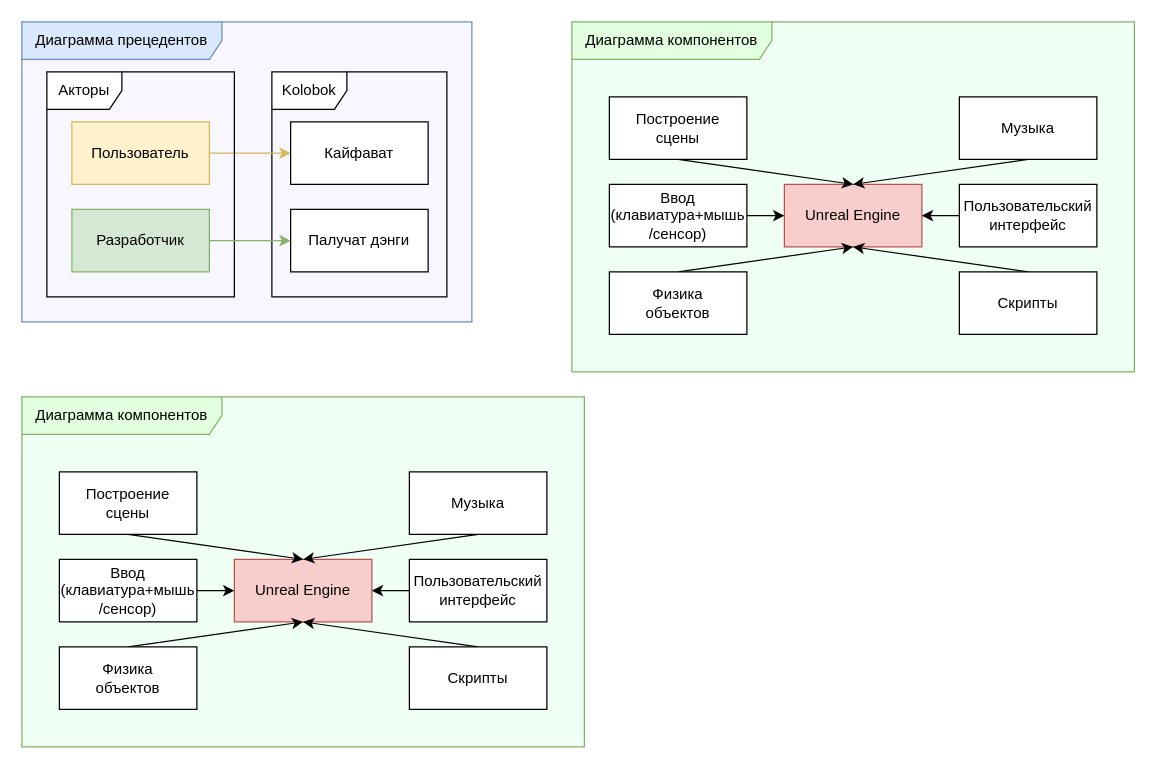
This is KolobokUML.drawio from ineedmypills/Kolobok, a draw.io file, before an edit. Source tidied: cells renumbered, new cells numbered last; positions are measured from the earlier drawing's top-left corner, leaving out a move shared by most shapes. Both pictures are drawn from the tidied source at 125%, with x=0, y=0 at pixel (21, 21).
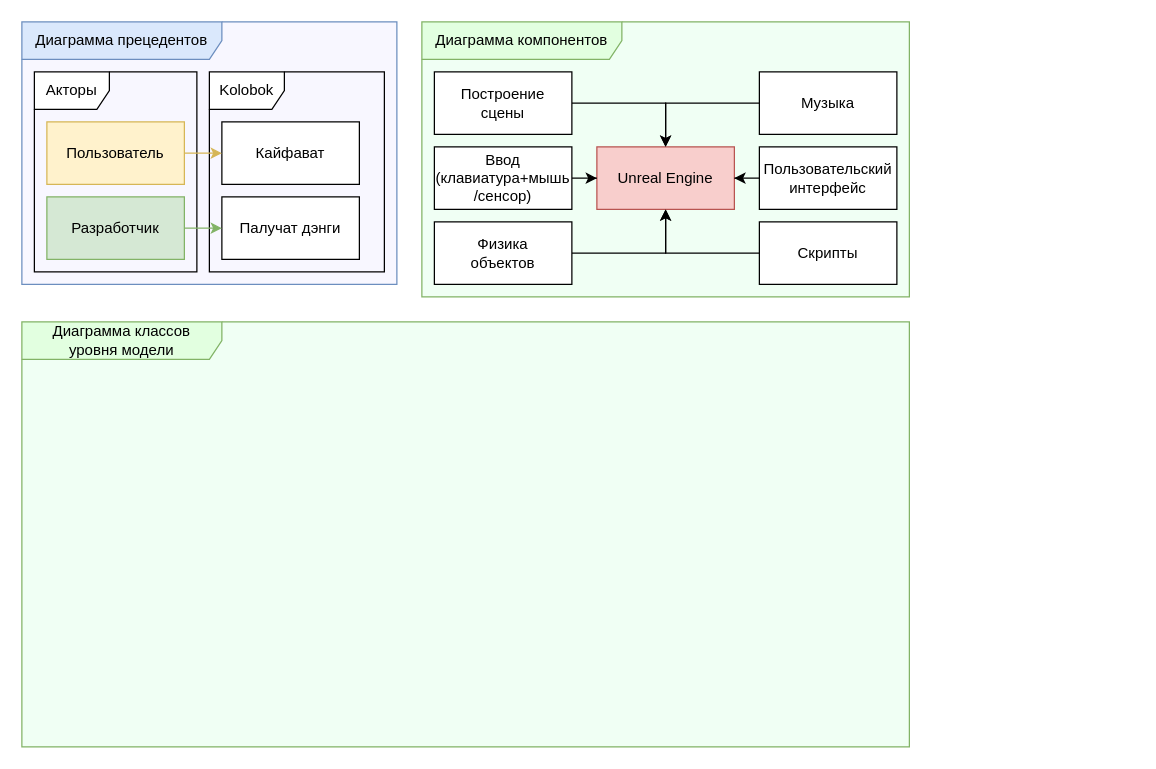
Above is the later version.

What changed in the source:
```diff
@@
     <mxCell id="2" value="Диаграмма&amp;nbsp;прецедентов" style="shape=umlFrame;whiteSpace=wrap;html=1;width=160;fillColor=#dae8fc;strokeColor=#6c8ebf;gradientColor=none;swimlaneFillColor=#F8F7FF;" parent="1" vertex="1">
-      <mxGeometry width="360" height="240" as="geometry" />
+      <mxGeometry width="300" height="210" as="geometry" />
     </mxCell>
     <mxCell id="3" value="Кайфават" style="html=1;whiteSpace=wrap;" parent="2" vertex="1">
-      <mxGeometry x="215" y="80" width="110" height="50" as="geometry" />
+      <mxGeometry x="160" y="80" width="110" height="50" as="geometry" />
     </mxCell>
     <mxCell id="4" value="Kolobok" style="shape=umlFrame;whiteSpace=wrap;html=1;" parent="2" vertex="1">
-      <mxGeometry x="200" y="40" width="140" height="180" as="geometry" />
+      <mxGeometry x="150" y="40" width="140" height="160" as="geometry" />
     </mxCell>
     <mxCell id="5" value="Палучат дэнги" style="html=1;whiteSpace=wrap;" parent="2" vertex="1">
-      <mxGeometry x="215" y="150" width="110" height="50" as="geometry" />
+      <mxGeometry x="160" y="140" width="110" height="50" as="geometry" />
     </mxCell>
+    <mxCell id="10" value="Акторы" style="shape=umlFrame;whiteSpace=wrap;html=1;" parent="2" vertex="1">
+      <mxGeometry x="10" y="40" width="130" height="160" as="geometry" />
+    </mxCell>
+    <mxCell id="7" value="Пользователь" style="html=1;whiteSpace=wrap;fillColor=#fff2cc;strokeColor=#d6b656;" parent="2" vertex="1">
+      <mxGeometry x="20" y="80" width="110" height="50" as="geometry" />
+    </mxCell>
+    <mxCell id="12" value="Разработчик" style="html=1;whiteSpace=wrap;fillColor=#d5e8d4;strokeColor=#82b366;" parent="2" vertex="1">
+      <mxGeometry x="20" y="140" width="110" height="50" as="geometry" />
+    </mxCell>
-    <mxCell id="6" style="edgeStyle=orthogonalEdgeStyle;rounded=0;jettySize=auto;html=1;entryX=0;entryY=0.5;entryDx=0;entryDy=0;curved=1;fillColor=#fff2cc;strokeColor=#d6b656;" parent="1" edge="1" source="7" target="3">
+    <mxCell id="6" style="edgeStyle=orthogonalEdgeStyle;rounded=0;jettySize=auto;html=1;entryX=0;entryY=0.5;entryDx=0;entryDy=0;curved=1;fillColor=#fff2cc;strokeColor=#d6b656;" parent="2" edge="1" source="7" target="3">
       <mxGeometry relative="1" as="geometry" />
     </mxCell>
-    <mxCell id="7" value="Пользователь" style="html=1;whiteSpace=wrap;fillColor=#fff2cc;strokeColor=#d6b656;" parent="1" vertex="1">
-      <mxGeometry x="40" y="80" width="110" height="50" as="geometry" />
-    </mxCell>
+    <mxCell id="11" style="edgeStyle=orthogonalEdgeStyle;rounded=0;jettySize=auto;html=1;exitX=1;exitY=0.5;exitDx=0;exitDy=0;entryX=0;entryY=0.5;entryDx=0;entryDy=0;fillColor=#d5e8d4;strokeColor=#82b366;" parent="2" edge="1" source="12" target="5">
+      <mxGeometry relative="1" as="geometry" />
+    </mxCell>
@@
-    <mxCell id="10" value="Акторы" style="shape=umlFrame;whiteSpace=wrap;html=1;" parent="1" vertex="1">
-      <mxGeometry x="20" y="40" width="150" height="180" as="geometry" />
-    </mxCell>
-    <mxCell id="11" style="edgeStyle=orthogonalEdgeStyle;rounded=0;jettySize=auto;html=1;exitX=1;exitY=0.5;exitDx=0;exitDy=0;entryX=0;entryY=0.5;entryDx=0;entryDy=0;fillColor=#d5e8d4;strokeColor=#82b366;" parent="1" edge="1" source="12" target="5">
-      <mxGeometry relative="1" as="geometry" />
-    </mxCell>
-    <mxCell id="12" value="Разработчик" style="html=1;whiteSpace=wrap;fillColor=#d5e8d4;strokeColor=#82b366;" parent="1" vertex="1">
-      <mxGeometry x="40" y="150" width="110" height="50" as="geometry" />
-    </mxCell>
     <mxCell id="13" value="Диаграмма&amp;nbsp;компонентов" style="shape=umlFrame;whiteSpace=wrap;html=1;width=160;fillColor=light-dark(#e2ffe0, #1f2f1e);strokeColor=#82b366;swimlaneFillColor=light-dark(#f0fff4, #111311);" parent="1" vertex="1">
-      <mxGeometry x="440" width="450" height="280" as="geometry" />
+      <mxGeometry x="320" width="390" height="220" as="geometry" />
     </mxCell>
     <mxCell id="14" value="Unreal Engine" style="html=1;whiteSpace=wrap;fillColor=#f8cecc;strokeColor=#b85450;" parent="13" vertex="1">
-      <mxGeometry x="170" y="130" width="110" height="50" as="geometry" />
+      <mxGeometry x="140" y="100" width="110" height="50" as="geometry" />
     </mxCell>
-    <mxCell id="15" style="edgeStyle=none;html=1;exitX=0.5;exitY=1;exitDx=0;exitDy=0;entryX=0.5;entryY=0;entryDx=0;entryDy=0;rounded=0;curved=0;" parent="13" edge="1" source="16" target="14">
+    <mxCell id="15" style="edgeStyle=orthogonalEdgeStyle;rounded=0;jettySize=auto;html=1;" parent="13" edge="1" source="16" target="14">
       <mxGeometry relative="1" as="geometry" />
     </mxCell>
     <mxCell id="16" value="Построение&lt;div&gt;сцены&lt;/div&gt;" style="html=1;whiteSpace=wrap;" parent="13" vertex="1">
-      <mxGeometry x="30" y="60" width="110" height="50" as="geometry" />
+      <mxGeometry x="10" y="40" width="110" height="50" as="geometry" />
     </mxCell>
-    <mxCell id="17" style="edgeStyle=none;html=1;exitX=0.5;exitY=1;exitDx=0;exitDy=0;entryX=0.5;entryY=0;entryDx=0;entryDy=0;rounded=0;curved=0;" parent="13" edge="1" source="18" target="14">
+    <mxCell id="17" style="edgeStyle=orthogonalEdgeStyle;rounded=0;jettySize=auto;html=1;" parent="13" edge="1" source="18" target="14">
       <mxGeometry relative="1" as="geometry" />
     </mxCell>
     <mxCell id="18" value="Музыка" style="html=1;whiteSpace=wrap;" parent="13" vertex="1">
-      <mxGeometry x="310" y="60" width="110" height="50" as="geometry" />
+      <mxGeometry x="270" y="40" width="110" height="50" as="geometry" />
     </mxCell>
-    <mxCell id="19" style="edgeStyle=none;html=1;exitX=0.5;exitY=0;exitDx=0;exitDy=0;entryX=0.5;entryY=1;entryDx=0;entryDy=0;" parent="13" edge="1" source="20" target="14">
+    <mxCell id="19" style="edgeStyle=orthogonalEdgeStyle;rounded=0;jettySize=auto;html=1;" parent="13" edge="1" source="20" target="14">
       <mxGeometry relative="1" as="geometry" />
     </mxCell>
     <mxCell id="20" value="Скрипты" style="html=1;whiteSpace=wrap;" parent="13" vertex="1">
-      <mxGeometry x="310" y="200" width="110" height="50" as="geometry" />
+      <mxGeometry x="270" y="160" width="110" height="50" as="geometry" />
     </mxCell>
-    <mxCell id="21" style="edgeStyle=none;html=1;exitX=0.5;exitY=0;exitDx=0;exitDy=0;entryX=0.5;entryY=1;entryDx=0;entryDy=0;" parent="13" edge="1" source="22" target="14">
+    <mxCell id="21" style="edgeStyle=orthogonalEdgeStyle;rounded=0;jettySize=auto;html=1;" parent="13" edge="1" source="22" target="14">
       <mxGeometry relative="1" as="geometry" />
     </mxCell>
     <mxCell id="22" value="Физика&lt;div&gt;объектов&lt;/div&gt;" style="html=1;whiteSpace=wrap;" parent="13" vertex="1">
-      <mxGeometry x="30" y="200" width="110" height="50" as="geometry" />
+      <mxGeometry x="10" y="160" width="110" height="50" as="geometry" />
     </mxCell>
-    <mxCell id="23" style="edgeStyle=none;html=1;exitX=1;exitY=0.5;exitDx=0;exitDy=0;entryX=0;entryY=0.5;entryDx=0;entryDy=0;" parent="13" edge="1" source="24" target="14">
+    <mxCell id="23" style="edgeStyle=orthogonalEdgeStyle;rounded=0;jettySize=auto;html=1;" parent="13" edge="1" source="24" target="14">
       <mxGeometry relative="1" as="geometry" />
     </mxCell>
     <mxCell id="24" value="Ввод (клавиатура+мышь&lt;div&gt;&lt;span style=&quot;background-color: transparent;&quot;&gt;/сенсор)&lt;/span&gt;&lt;/div&gt;" style="html=1;whiteSpace=wrap;" parent="13" vertex="1">
-      <mxGeometry x="30" y="130" width="110" height="50" as="geometry" />
+      <mxGeometry x="10" y="100" width="110" height="50" as="geometry" />
     </mxCell>
-    <mxCell id="25" style="edgeStyle=none;html=1;exitX=0;exitY=0.5;exitDx=0;exitDy=0;entryX=1;entryY=0.5;entryDx=0;entryDy=0;" parent="13" edge="1" source="26" target="14">
+    <mxCell id="25" style="edgeStyle=orthogonalEdgeStyle;rounded=0;jettySize=auto;html=1;" parent="13" edge="1" source="26" target="14">
       <mxGeometry relative="1" as="geometry" />
     </mxCell>
     <mxCell id="26" value="Пользовательский&lt;div&gt;интерфейс&lt;/div&gt;" style="html=1;whiteSpace=wrap;" parent="13" vertex="1">
-      <mxGeometry x="310" y="130" width="110" height="50" as="geometry" />
+      <mxGeometry x="270" y="100" width="110" height="50" as="geometry" />
     </mxCell>
-    <mxCell id="27" value="Диаграмма&amp;nbsp;компонентов" style="shape=umlFrame;whiteSpace=wrap;html=1;width=160;fillColor=light-dark(#e2ffe0, #1f2f1e);strokeColor=#82b366;swimlaneFillColor=light-dark(#f0fff4, #111311);" parent="1" vertex="1">
-      <mxGeometry y="300" width="450" height="280" as="geometry" />
+    <mxCell id="27" value="Диаграмма классов&lt;div&gt;уровня модели&lt;/div&gt;" style="shape=umlFrame;whiteSpace=wrap;html=1;width=160;fillColor=light-dark(#e2ffe0, #1f2f1e);strokeColor=#82b366;swimlaneFillColor=light-dark(#f0fff4, #111311);" parent="1" vertex="1">
+      <mxGeometry y="240" width="710" height="340" as="geometry" />
     </mxCell>
-    <mxCell id="28" value="Unreal Engine" style="html=1;whiteSpace=wrap;fillColor=#f8cecc;strokeColor=#b85450;" parent="27" vertex="1">
-      <mxGeometry x="170" y="130" width="110" height="50" as="geometry" />
-    </mxCell>
-    <mxCell id="29" style="edgeStyle=none;html=1;exitX=0.5;exitY=1;exitDx=0;exitDy=0;entryX=0.5;entryY=0;entryDx=0;entryDy=0;rounded=0;curved=0;" parent="27" edge="1" source="30" target="28">
-      <mxGeometry relative="1" as="geometry" />
+    <mxCell id="29" style="edgeStyle=none;html=1;exitX=0.5;exitY=1;exitDx=0;exitDy=0;entryX=0.5;entryY=0;entryDx=0;entryDy=0;rounded=0;curved=0;" parent="27" edge="1">
+      <mxGeometry relative="1" as="geometry">
+        <mxPoint x="85" y="110" as="sourcePoint" />
+      </mxGeometry>
     </mxCell>
-    <mxCell id="30" value="Построение&lt;div&gt;сцены&lt;/div&gt;" style="html=1;whiteSpace=wrap;" parent="27" vertex="1">
-      <mxGeometry x="30" y="60" width="110" height="50" as="geometry" />
-    </mxCell>
-    <mxCell id="31" style="edgeStyle=none;html=1;exitX=0.5;exitY=1;exitDx=0;exitDy=0;entryX=0.5;entryY=0;entryDx=0;entryDy=0;rounded=0;curved=0;" parent="27" edge="1" source="32" target="28">
-      <mxGeometry relative="1" as="geometry" />
+    <mxCell id="31" style="edgeStyle=none;html=1;exitX=0.5;exitY=1;exitDx=0;exitDy=0;entryX=0.5;entryY=0;entryDx=0;entryDy=0;rounded=0;curved=0;" parent="27" edge="1">
+      <mxGeometry relative="1" as="geometry">
+        <mxPoint x="365" y="110" as="sourcePoint" />
+      </mxGeometry>
     </mxCell>
-    <mxCell id="32" value="Музыка" style="html=1;whiteSpace=wrap;" parent="27" vertex="1">
-      <mxGeometry x="310" y="60" width="110" height="50" as="geometry" />
-    </mxCell>
-    <mxCell id="33" style="edgeStyle=none;html=1;exitX=0.5;exitY=0;exitDx=0;exitDy=0;entryX=0.5;entryY=1;entryDx=0;entryDy=0;" parent="27" edge="1" source="34" target="28">
-      <mxGeometry relative="1" as="geometry" />
+    <mxCell id="33" style="edgeStyle=none;html=1;exitX=0.5;exitY=0;exitDx=0;exitDy=0;entryX=0.5;entryY=1;entryDx=0;entryDy=0;" parent="27" edge="1">
+      <mxGeometry relative="1" as="geometry">
+        <mxPoint x="365" y="200" as="sourcePoint" />
+      </mxGeometry>
     </mxCell>
-    <mxCell id="34" value="Скрипты" style="html=1;whiteSpace=wrap;" parent="27" vertex="1">
-      <mxGeometry x="310" y="200" width="110" height="50" as="geometry" />
-    </mxCell>
-    <mxCell id="35" style="edgeStyle=none;html=1;exitX=0.5;exitY=0;exitDx=0;exitDy=0;entryX=0.5;entryY=1;entryDx=0;entryDy=0;" parent="27" edge="1" source="36" target="28">
-      <mxGeometry relative="1" as="geometry" />
+    <mxCell id="35" style="edgeStyle=none;html=1;exitX=0.5;exitY=0;exitDx=0;exitDy=0;entryX=0.5;entryY=1;entryDx=0;entryDy=0;" parent="27" edge="1">
+      <mxGeometry relative="1" as="geometry">
+        <mxPoint x="225" y="180" as="targetPoint" />
+      </mxGeometry>
     </mxCell>
-    <mxCell id="36" value="Физика&lt;div&gt;объектов&lt;/div&gt;" style="html=1;whiteSpace=wrap;" parent="27" vertex="1">
-      <mxGeometry x="30" y="200" width="110" height="50" as="geometry" />
-    </mxCell>
-    <mxCell id="37" style="edgeStyle=none;html=1;exitX=1;exitY=0.5;exitDx=0;exitDy=0;entryX=0;entryY=0.5;entryDx=0;entryDy=0;" parent="27" edge="1" source="38" target="28">
-      <mxGeometry relative="1" as="geometry" />
+    <mxCell id="37" style="edgeStyle=none;html=1;exitX=1;exitY=0.5;exitDx=0;exitDy=0;entryX=0;entryY=0.5;entryDx=0;entryDy=0;" parent="27" edge="1">
+      <mxGeometry relative="1" as="geometry">
+        <mxPoint x="170" y="155" as="targetPoint" />
+      </mxGeometry>
     </mxCell>
-    <mxCell id="38" value="Ввод (клавиатура+мышь&lt;div&gt;&lt;span style=&quot;background-color: transparent;&quot;&gt;/сенсор)&lt;/span&gt;&lt;/div&gt;" style="html=1;whiteSpace=wrap;" parent="27" vertex="1">
-      <mxGeometry x="30" y="130" width="110" height="50" as="geometry" />
-    </mxCell>
-    <mxCell id="39" style="edgeStyle=none;html=1;exitX=0;exitY=0.5;exitDx=0;exitDy=0;entryX=1;entryY=0.5;entryDx=0;entryDy=0;" parent="27" edge="1" source="40" target="28">
-      <mxGeometry relative="1" as="geometry" />
+    <mxCell id="39" style="edgeStyle=none;html=1;exitX=0;exitY=0.5;exitDx=0;exitDy=0;entryX=1;entryY=0.5;entryDx=0;entryDy=0;" parent="27" edge="1">
+      <mxGeometry relative="1" as="geometry">
+        <mxPoint x="310" y="155" as="sourcePoint" />
+      </mxGeometry>
     </mxCell>
-    <mxCell id="40" value="Пользовательский&lt;div&gt;интерфейс&lt;/div&gt;" style="html=1;whiteSpace=wrap;" parent="27" vertex="1">
-      <mxGeometry x="310" y="130" width="110" height="50" as="geometry" />
-    </mxCell>
```
